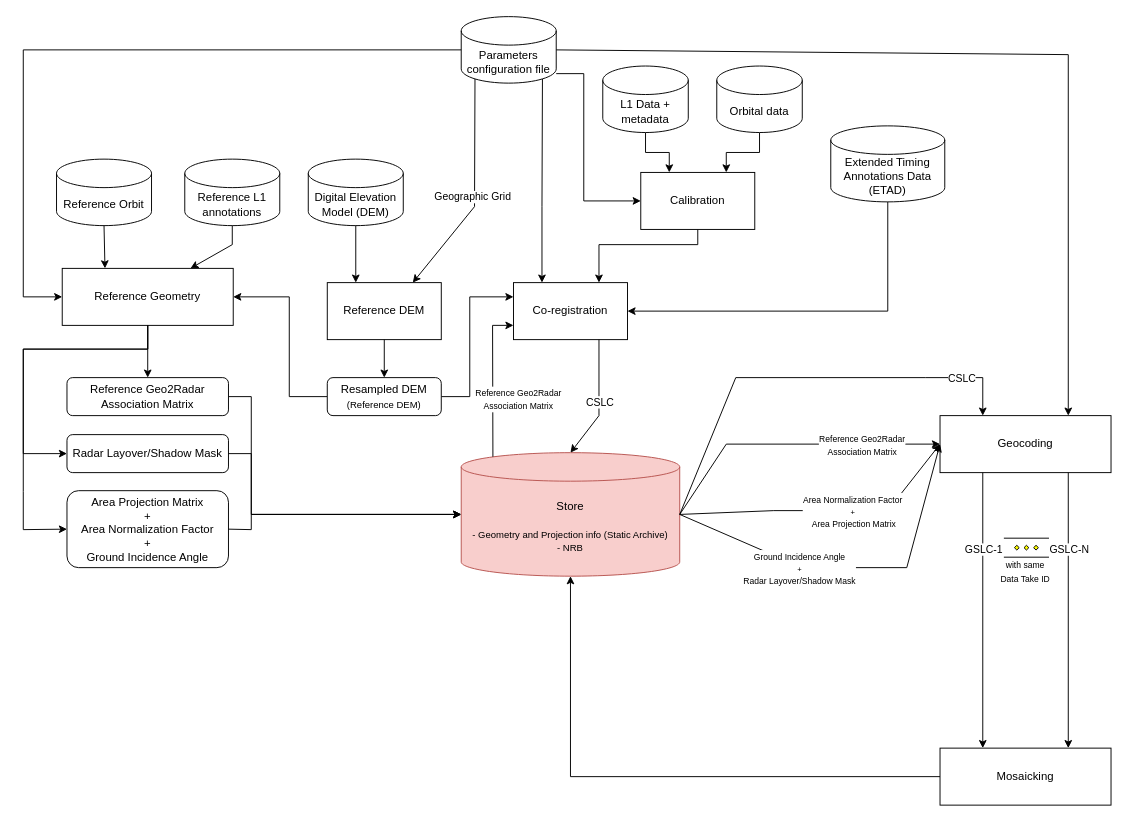
The draw.io diagram docs/atbd_book/Diagrams/NRB_diagram.drawio in ROSE-L-ARD/cop-ard-atbd, before the edit. Source tidied: cells renumbered, new cells numbered last; positions are measured from the earlier drawing's top-left corner, leaving out a move shared by most shapes. Both pictures are drawn from the tidied source at 95%, with x=0, y=0 at pixel (23, 16).
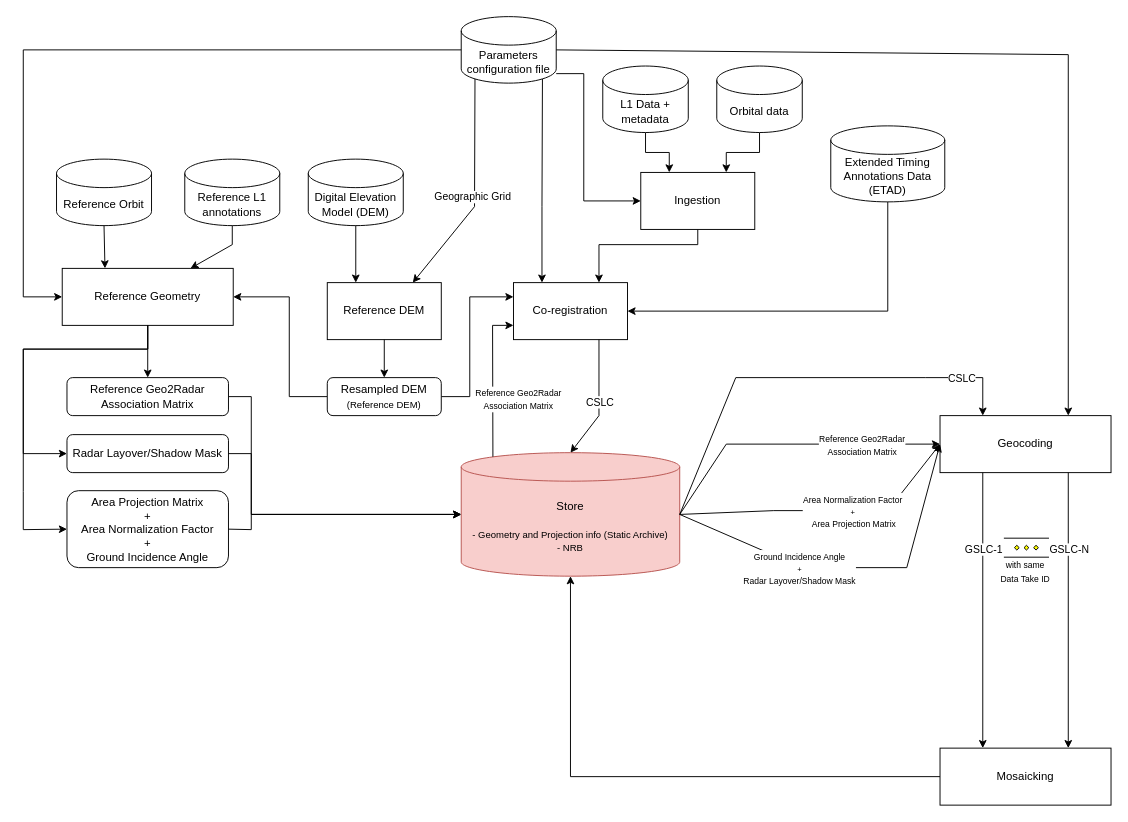
The same page after the edit.

Diff of the diagram source:
```diff
@@
-    <mxCell id="60" value="Calibration" style="rounded=0;whiteSpace=wrap;html=1;" parent="1" vertex="1">
+    <mxCell id="60" value="Ingestion" style="rounded=0;whiteSpace=wrap;html=1;" parent="1" vertex="1">
       <mxGeometry x="650" y="164" width="120" height="60" as="geometry" />
     </mxCell>
```
